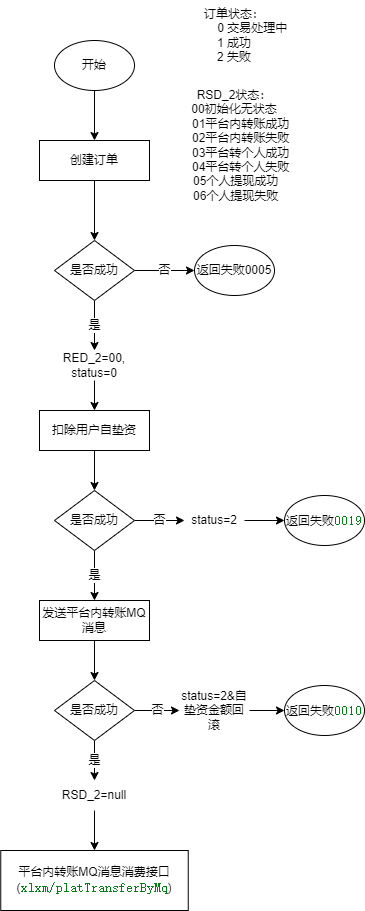
The draw.io diagram 厦门国际代付订单状态流转.drawio.png in songyibo2019/mydiagrams, before a commit. Source tidied: cells renumbered, new cells last; positions are measured from the earlier drawing's top-left corner, leaving out a move shared by most shapes.
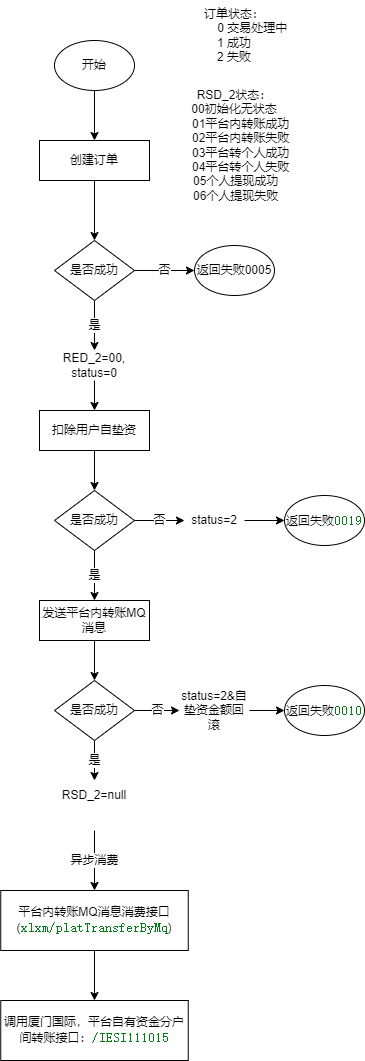
Above is the later version.

Commit message:
Update 厦门国际代付订单状态流转.drawio.png

Change to the diagram source:
```diff
@@ -79,11 +79,6 @@
     <mxCell id="26" value="是否成功" style="rhombus;whiteSpace=wrap;html=1;" parent="1" vertex="1">
       <mxGeometry x="54" y="680" width="80" height="60" as="geometry" />
     </mxCell>
-    <mxCell id="27" style="edgeStyle=orthogonalEdgeStyle;rounded=0;jettySize=auto;html=1;exitX=0.5;exitY=1;exitDx=0;exitDy=0;fontSize=10;" parent="1" edge="1" source="28">
-      <mxGeometry relative="1" as="geometry">
-        <mxPoint x="94" y="850" as="targetPoint" />
-      </mxGeometry>
-    </mxCell>
     <mxCell id="28" value="RSD_2=null" style="text;html=1;strokeColor=none;fillColor=none;align=center;verticalAlign=middle;whiteSpace=wrap;rounded=0;fontSize=10;" parent="1" vertex="1">
       <mxGeometry x="59" y="780" width="70" height="30" as="geometry" />
     </mxCell>
@@ -96,8 +91,19 @@
     <mxCell id="31" value="返回失败&lt;span style=&quot;color: rgb(6 , 125 , 23) ; background-color: rgb(255 , 255 , 255) ; font-family: &amp;#34;jetbrains mono&amp;#34; , monospace ; font-size: 9.8pt&quot;&gt;0010&lt;/span&gt;" style="ellipse;whiteSpace=wrap;html=1;" parent="1" vertex="1">
       <mxGeometry x="284" y="685" width="80" height="50" as="geometry" />
     </mxCell>
+    <mxCell id="33" style="edgeStyle=orthogonalEdgeStyle;rounded=0;jettySize=auto;html=1;exitX=0.5;exitY=1;exitDx=0;exitDy=0;entryX=0.5;entryY=0;entryDx=0;entryDy=0;fontSize=10;" parent="1" edge="1" source="32" target="35">
+      <mxGeometry relative="1" as="geometry" />
+    </mxCell>
     <mxCell id="32" value="平台内转账MQ消息消费接口(&lt;span style=&quot;color: rgb(6 , 125 , 23) ; background-color: rgb(255 , 255 , 255) ; font-family: &amp;#34;jetbrains mono&amp;#34; , monospace ; font-size: 9.8pt&quot;&gt;xlxm/platTransferByMq&lt;/span&gt;&lt;span&gt;)&lt;/span&gt;" style="rounded=0;whiteSpace=wrap;html=1;" parent="1" vertex="1">
-      <mxGeometry x="0.2" y="850" width="187.5" height="60" as="geometry" />
+      <mxGeometry x="0.2" y="890" width="187.5" height="60" as="geometry" />
     </mxCell>
+    <mxCell id="34" value="异步消费" style="endArrow=classic;html=1;rounded=0;fontSize=10;entryX=0.5;entryY=0;entryDx=0;entryDy=0;" parent="1" edge="1" target="32">
+      <mxGeometry relative="1" as="geometry">
+        <mxPoint x="94" y="830" as="sourcePoint" />
+      </mxGeometry>
+    </mxCell>
+    <mxCell id="35" value="调用厦门国际，平台自有资金分户间转账接口：&lt;span style=&quot;color: rgb(6 , 125 , 23) ; background-color: rgb(255 , 255 , 255) ; font-family: &amp;#34;jetbrains mono&amp;#34; , monospace ; font-size: 9.8pt&quot;&gt;/IESI111015&lt;/span&gt;" style="rounded=0;whiteSpace=wrap;html=1;" parent="1" vertex="1">
+      <mxGeometry x="0.2" y="1000" width="187.5" height="60" as="geometry" />
+    </mxCell>
   </root>
 </mxGraphModel>
```
